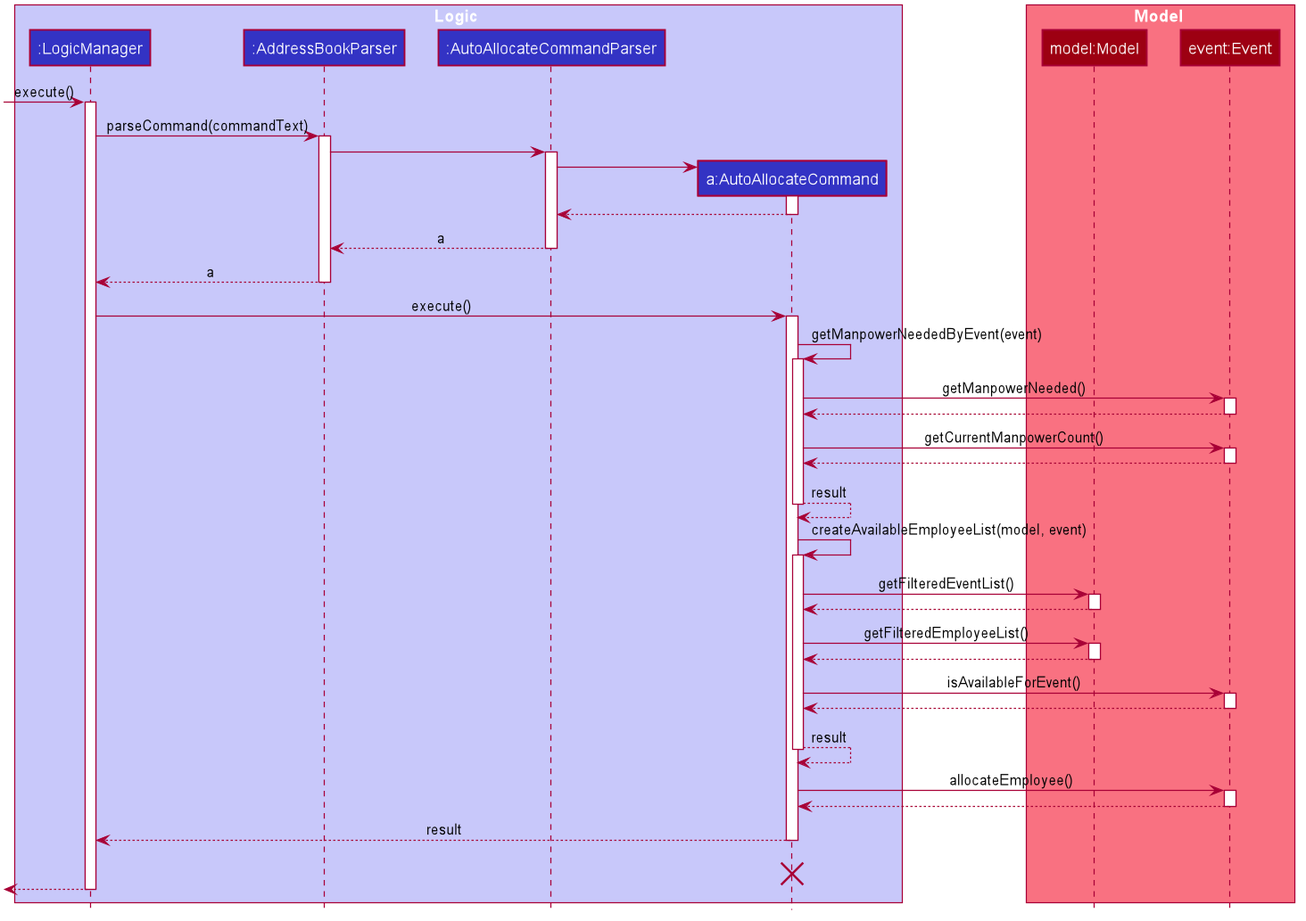
Above: docs/images/AutoAllocateSequenceDiagram.png in nus-cs2103-AY1920S1/addressbook-level3 (PlantUML), before the change.
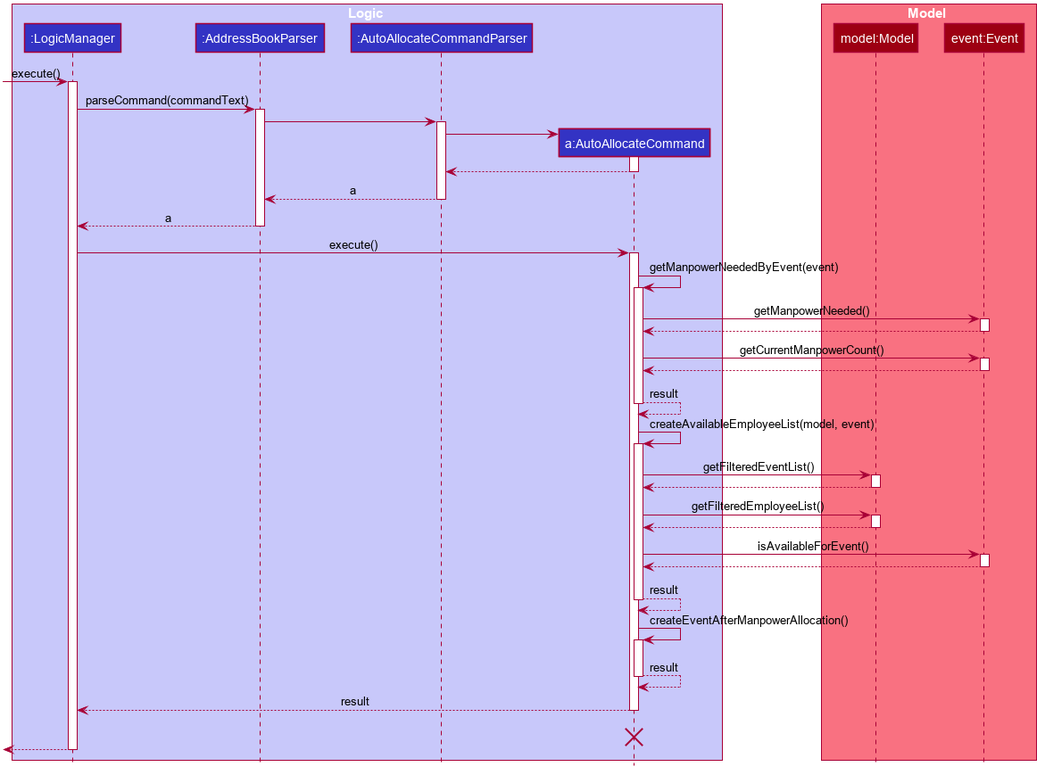
The same file after the commit.

Diff of the diagram source:
```diff
@@ -124,10 +124,10 @@
 
 
 
-AutoAllocateCommand -> Event : allocateEmployee()
-activate Event
-Event --> AutoAllocateCommand :
-deactivate Event
+AutoAllocateCommand -> AutoAllocateCommand : createEventAfterManpowerAllocation()
+activate AutoAllocateCommand
+AutoAllocateCommand --> AutoAllocateCommand : result
+deactivate AutoAllocateCommand
 
 AutoAllocateCommand --> LogicManager : result
 deactivate AutoAllocateCommand
```
